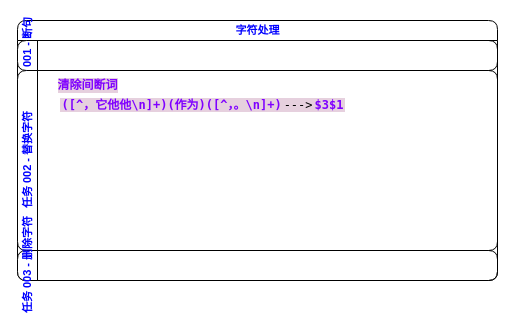
The draw.io diagram 001.字符处理.drawio in ZYMDB/mindMap, before the edit. Source tidied: cells renumbered, new cells numbered last; positions are measured from the earlier drawing's top-left corner, leaving out a move shared by most shapes. Both pictures are drawn from the tidied source at 100%, with x=0, y=0 at pixel (17, 20).
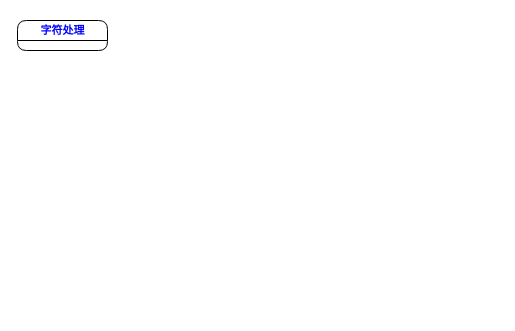
Above is the later version.

Commit message:
更新001.字符处理.drawio

What changed in the source:
```diff
@@
 <mxGraphModel>
   <root>
     <mxCell id="0" />
     <mxCell id="1" parent="0" />
-    <mxCell id="2" value="字符处理" style="swimlane;horizontal=1;startSize=20;html=1;rounded=1;shadow=0;glass=0;sketch=0;fontSize=11;fontColor=#0000FF;" parent="1" vertex="1">
-      <mxGeometry width="480" height="260" as="geometry" />
+    <mxCell id="2" value="字符处理" style="swimlane;horizontal=1;startSize=20;html=1;rounded=1;shadow=0;glass=0;sketch=0;fontSize=11;fontColor=#0000FF;" parent="1" vertex="1" collapsed="1">
+      <mxGeometry width="90" height="30" as="geometry" />
     </mxCell>
-    <mxCell id="3" value="任务 001 - 断句" style="swimlane;startSize=20;horizontal=0;html=1;rounded=1;shadow=0;glass=0;sketch=0;fontSize=11;fontColor=#0000FF;" parent="2" vertex="1" collapsed="1">
-      <mxGeometry y="20" width="480" height="30" as="geometry" />
-    </mxCell>
-    <mxCell id="4" value="任务 002 - 替换字符" style="swimlane;startSize=20;horizontal=0;html=1;rounded=1;shadow=0;glass=0;sketch=0;fontSize=11;fontColor=#0000FF;" parent="2" vertex="1">
-      <mxGeometry y="50" width="480" height="180" as="geometry" />
-    </mxCell>
-    <mxCell id="5" value="&lt;span style=&quot;background-color: rgb(230, 208, 222);&quot;&gt;&lt;span style=&quot;box-sizing: border-box; font-family: &amp;quot;JetBrains Mono&amp;quot;, &amp;quot;Fira Code&amp;quot;, &amp;quot;Cascadia Code&amp;quot;, Menlo, &amp;quot;Ubuntu Mono&amp;quot;, Consolas, HYZhengYuan; orphans: 4; text-align: start;&quot; class=&quot;md-pair-s md-expand&quot; spellcheck=&quot;false&quot;&gt;&lt;code style=&quot;box-sizing: border-box; font-family: var(--monospace); vertical-align: initial; margin: 0px 2px;&quot;&gt;&lt;b&gt;&lt;font color=&quot;#7f00ff&quot;&gt;([^，它他他\n]+)(作为)([^，。\n]+)&lt;/font&gt;&lt;/b&gt;&lt;/code&gt;&lt;/span&gt;&lt;span style=&quot;box-sizing: border-box; font-family: &amp;quot;JetBrains Mono&amp;quot;, &amp;quot;Fira Code&amp;quot;, &amp;quot;Cascadia Code&amp;quot;, Menlo, &amp;quot;Ubuntu Mono&amp;quot;, Consolas, HYZhengYuan; orphans: 4; text-align: start;&quot; class=&quot;md-plain&quot;&gt;---&amp;gt;&lt;/span&gt;&lt;span style=&quot;box-sizing: border-box; font-family: &amp;quot;JetBrains Mono&amp;quot;, &amp;quot;Fira Code&amp;quot;, &amp;quot;Cascadia Code&amp;quot;, Menlo, &amp;quot;Ubuntu Mono&amp;quot;, Consolas, HYZhengYuan; orphans: 4; text-align: start;&quot; class=&quot;md-pair-s md-expand&quot; spellcheck=&quot;false&quot;&gt;&lt;code style=&quot;box-sizing: border-box; font-family: var(--monospace); vertical-align: initial; margin: 0px 2px;&quot;&gt;&lt;font color=&quot;#7f00ff&quot;&gt;&lt;b&gt;$3$1&lt;/b&gt;&lt;/font&gt;&lt;/code&gt;&lt;/span&gt;&lt;/span&gt;" style="text;html=1;align=center;verticalAlign=middle;strokeColor=none;fillColor=none;" parent="4" vertex="1">
-      <mxGeometry x="30" y="20" width="310" height="30" as="geometry" />
-    </mxCell>
-    <mxCell id="6" value="&lt;b&gt;清除间断词&lt;/b&gt;" style="text;html=1;align=center;verticalAlign=middle;strokeColor=none;fillColor=none;fontColor=#7F00FF;labelBackgroundColor=#E6D0DE;" parent="4" vertex="1">
-      <mxGeometry x="30" width="80" height="30" as="geometry" />
-    </mxCell>
-    <mxCell id="7" value="任务 003 - 删除字符" style="swimlane;startSize=20;horizontal=0;html=1;rounded=1;shadow=0;glass=0;sketch=0;fontSize=11;fontColor=#0000FF;" parent="2" vertex="1" collapsed="1">
-      <mxGeometry y="230" width="480" height="30" as="geometry" />
-    </mxCell>
   </root>
 </mxGraphModel>
```
